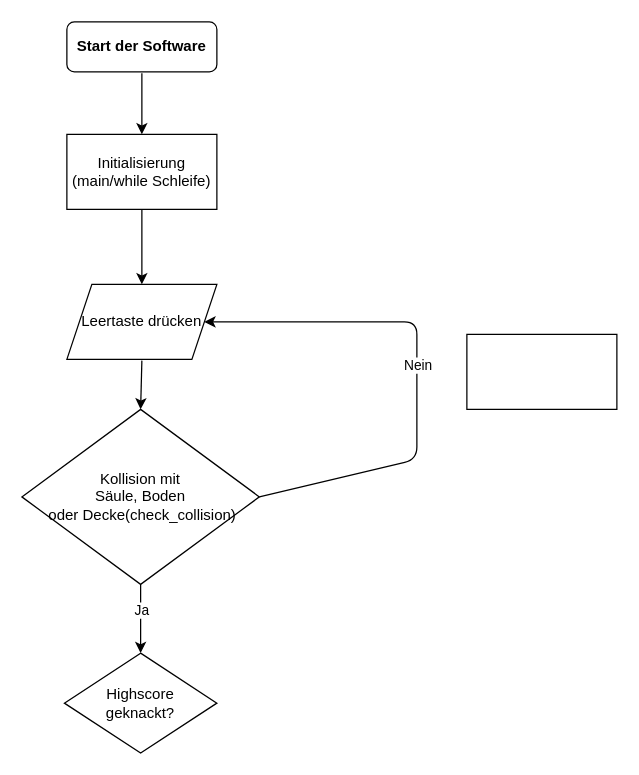
Before: Flowchart.drawio in Bunnykiller151/projectFlappyWaifu, a draw.io diagram. Source tidied: cells renumbered, new cells numbered last; positions are measured from the earlier drawing's top-left corner, leaving out a move shared by most shapes. Both pictures are drawn from the tidied source at 125%, with x=0, y=0 at pixel (21, 21).
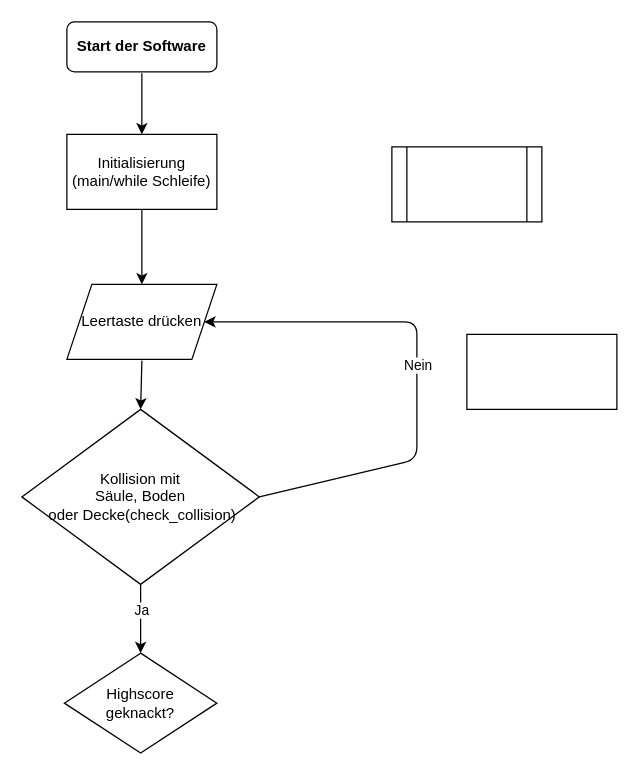
After the change.

What changed in the source:
```diff
@@
 <mxGraphModel>
   <root>
     <mxCell id="0" />
     <mxCell id="1" parent="0" />
     <mxCell id="2" value="&lt;b&gt;Start der Software&lt;/b&gt;" style="rounded=1;whiteSpace=wrap;html=1;" parent="1" vertex="1">
       <mxGeometry x="36" width="120" height="40" as="geometry" />
     </mxCell>
     <mxCell id="3" value="Initialisierung (main/while Schleife)" style="rounded=0;whiteSpace=wrap;html=1;" parent="1" vertex="1">
       <mxGeometry x="36" y="90" width="120" height="60" as="geometry" />
     </mxCell>
     <mxCell id="4" style="endArrow=classic;html=1;" parent="1" edge="1" target="3">
       <mxGeometry relative="1" as="geometry">
         <mxPoint x="96" y="41" as="sourcePoint" />
       </mxGeometry>
     </mxCell>
     <mxCell id="5" value="Leertaste drücken" style="shape=parallelogram;perimeter=parallelogramPerimeter;whiteSpace=wrap;html=1;fixedSize=1;" parent="1" vertex="1">
       <mxGeometry x="36" y="210" width="120" height="60" as="geometry" />
     </mxCell>
     <mxCell id="6" value="Kollision mit &lt;br&gt;Säule, Boden&lt;br&gt;&amp;nbsp;oder Decke(check_collision)" style="rhombus;whiteSpace=wrap;html=1;" parent="1" vertex="1">
       <mxGeometry y="310" width="190" height="140" as="geometry" />
     </mxCell>
     <mxCell id="7" style="endArrow=classic;html=1;exitX=1;exitY=0.5;exitDx=0;exitDy=0;entryX=1;entryY=0.5;entryDx=0;entryDy=0;" parent="1" edge="1" source="6" target="5">
       <mxGeometry relative="1" as="geometry">
         <Array as="points">
           <mxPoint x="316" y="350" />
           <mxPoint x="316" y="240" />
         </Array>
       </mxGeometry>
     </mxCell>
     <mxCell id="8" value="Nein" style="edgeLabel;html=1;align=center;verticalAlign=middle;" parent="7" vertex="1">
       <mxGeometry relative="1" as="geometry" />
     </mxCell>
     <mxCell id="9" style="endArrow=classic;html=1;exitX=0.5;exitY=1;exitDx=0;exitDy=0;entryX=0.5;entryY=0;entryDx=0;entryDy=0;" parent="1" edge="1" source="3" target="5">
       <mxGeometry relative="1" as="geometry" />
     </mxCell>
     <mxCell id="10" style="endArrow=classic;html=1;entryX=0.5;entryY=0;entryDx=0;entryDy=0;" parent="1" edge="1" target="6">
       <mxGeometry relative="1" as="geometry">
         <mxPoint x="96" y="271" as="sourcePoint" />
       </mxGeometry>
     </mxCell>
     <mxCell id="11" style="endArrow=classic;html=1;exitX=0.5;exitY=1;exitDx=0;exitDy=0;entryX=0.5;entryY=0;entryDx=0;entryDy=0;" parent="1" edge="1" source="6" target="13">
       <mxGeometry relative="1" as="geometry" />
     </mxCell>
     <mxCell id="12" value="Ja" style="edgeLabel;html=1;align=center;verticalAlign=middle;" parent="11" vertex="1">
       <mxGeometry x="-0.26" relative="1" as="geometry" />
     </mxCell>
     <mxCell id="13" value="Highscore &lt;br&gt;geknackt?" style="rhombus;whiteSpace=wrap;html=1;" parent="1" vertex="1">
       <mxGeometry x="34" y="505" width="122" height="80" as="geometry" />
     </mxCell>
     <mxCell id="14" style="rounded=0;whiteSpace=wrap;html=1;" parent="1" vertex="1">
       <mxGeometry x="356" y="250" width="120" height="60" as="geometry" />
     </mxCell>
+    <mxCell id="15" style="shape=process;whiteSpace=wrap;html=1;backgroundOutline=1;" parent="1" vertex="1">
+      <mxGeometry x="296" y="100" width="120" height="60" as="geometry" />
+    </mxCell>
   </root>
 </mxGraphModel>
```
